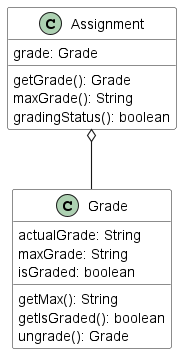
raydenlim/tp keeps this PlantUML diagram as docs/images/GradeClass UML.png. Above is the earlier version. Source of this version:
```plantuml
@startuml
skinparam arrowThickness 1.1
skinparam classBackgroundColor LOGIC_COLOR

Assignment o-- Grade

class Assignment {
grade: Grade
getGrade(): Grade
maxGrade(): String
gradingStatus(): boolean
}

class Grade {
actualGrade: String
maxGrade: String
isGraded: boolean
getMax(): String
getIsGraded(): boolean
ungrade(): Grade
}


@enduml
```
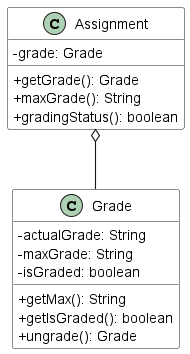
Later version of the same file.

Commit message:
Update UML diagram

The edit, as a diff of the source:
```diff
@@ -1,24 +1,23 @@
 @startuml
 skinparam arrowThickness 1.1
 skinparam classBackgroundColor LOGIC_COLOR
+skinparam classAttributeIconSize 0
 
 Assignment o-- Grade
 
 class Assignment {
-grade: Grade
-getGrade(): Grade
-maxGrade(): String
-gradingStatus(): boolean
+-grade: Grade
++getGrade(): Grade
++maxGrade(): String
++gradingStatus(): boolean
 }
 
 class Grade {
-actualGrade: String
-maxGrade: String
-isGraded: boolean
-getMax(): String
-getIsGraded(): boolean
-ungrade(): Grade
+-actualGrade: String
+-maxGrade: String
+-isGraded: boolean
++getMax(): String
++getIsGraded(): boolean
++ungrade(): Grade
 }
-
-
 @enduml
```
